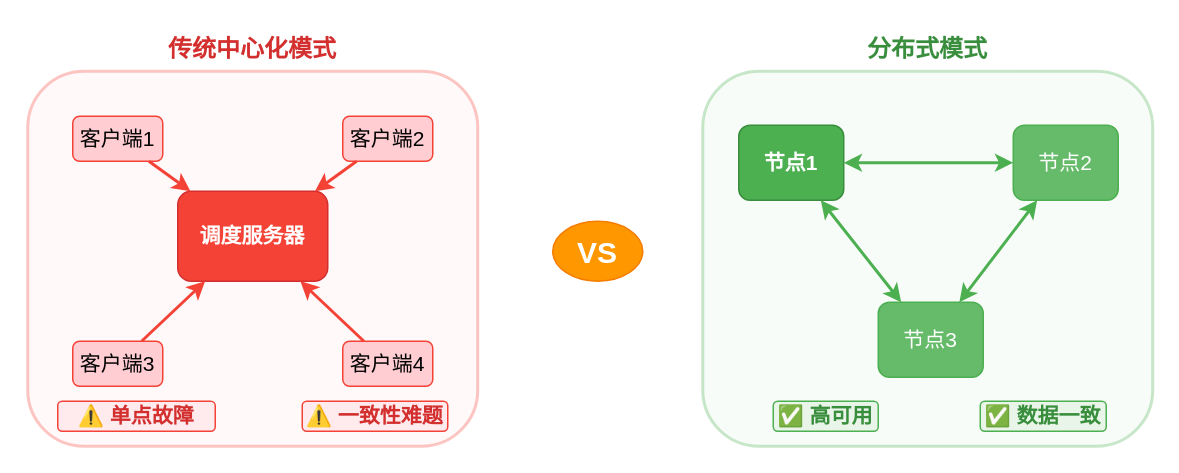
Above: projects/PPT-项目背景.drawio in hanzug/draw.io (draw.io), before the change. Source tidied: cells renumbered, new cells numbered last; positions are measured from the earlier drawing's top-left corner, leaving out a move shared by most shapes. Both pictures are drawn from the tidied source at 150%, with x=0, y=0 at pixel (27, 26).
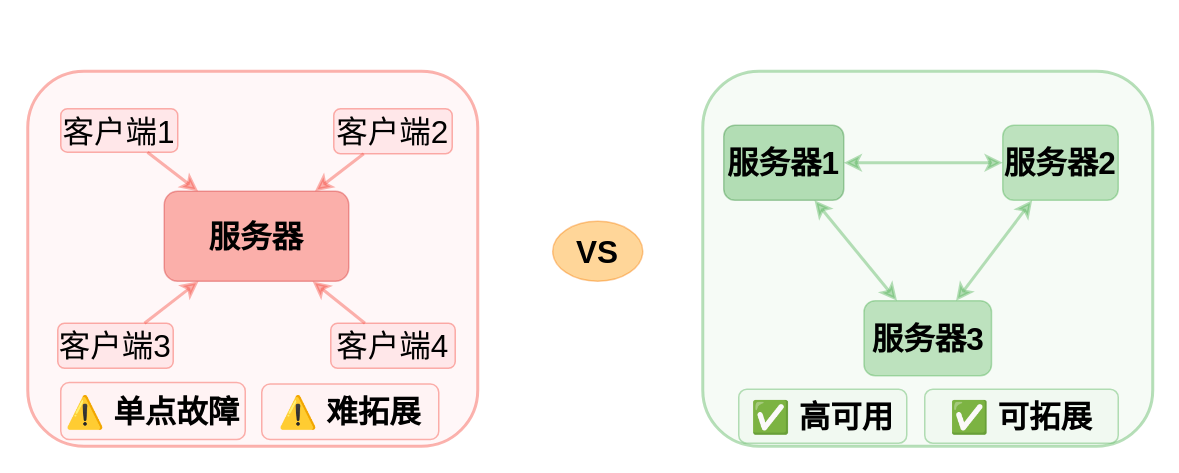
The same diagram, later.

Commit message:
更新PPT-项目背景.drawio

What changed in the source:
```diff
@@
-    <mxCell id="2" style="rounded=1;whiteSpace=wrap;html=1;fillColor=#ffebee;strokeColor=#f44336;strokeWidth=2;opacity=30;fontSize=14;" parent="1" vertex="1">
+    <mxCell id="2" style="rounded=1;whiteSpace=wrap;html=1;fillColor=#ffebee;strokeColor=#f44336;strokeWidth=2;fontSize=21;fontColor=#000000;opacity=40;" parent="1" vertex="1">
       <mxGeometry y="30" width="300" height="250" as="geometry" />
     </mxCell>
-    <mxCell id="3" style="rounded=1;whiteSpace=wrap;html=1;fillColor=#e8f5e8;strokeColor=#4caf50;strokeWidth=2;opacity=30;fontSize=14;" parent="1" vertex="1">
+    <mxCell id="3" style="rounded=1;whiteSpace=wrap;html=1;fillColor=#e8f5e8;strokeColor=#4caf50;strokeWidth=2;fontSize=21;fontColor=#000000;opacity=40;" parent="1" vertex="1">
       <mxGeometry x="450" y="30" width="300" height="250" as="geometry" />
     </mxCell>
-    <mxCell id="4" value="传统中心化模式" style="text;html=1;strokeColor=none;fillColor=none;align=center;verticalAlign=middle;whiteSpace=wrap;rounded=0;fontSize=16;fontStyle=1;fontColor=#d32f2f;" parent="1" vertex="1">
-      <mxGeometry width="300" height="30" as="geometry" />
-    </mxCell>
-    <mxCell id="5" value="分布式模式" style="text;html=1;strokeColor=none;fillColor=none;align=center;verticalAlign=middle;whiteSpace=wrap;rounded=0;fontSize=16;fontStyle=1;fontColor=#388e3c;" parent="1" vertex="1">
-      <mxGeometry x="450" width="300" height="30" as="geometry" />
-    </mxCell>
-    <mxCell id="6" value="VS" style="ellipse;whiteSpace=wrap;html=1;fillColor=#ff9800;strokeColor=#f57c00;fontSize=20;fontStyle=1;fontColor=white;" parent="1" vertex="1">
+    <mxCell id="6" value="VS" style="ellipse;whiteSpace=wrap;html=1;fillColor=#ff9800;strokeColor=#f57c00;fontSize=21;fontStyle=1;fontColor=#000000;opacity=40;" parent="1" vertex="1">
       <mxGeometry x="350" y="130" width="60" height="40" as="geometry" />
     </mxCell>
-    <mxCell id="7" value="调度服务器" style="rounded=1;whiteSpace=wrap;html=1;fillColor=#f44336;strokeColor=#d32f2f;fontSize=14;fontColor=white;fontStyle=1;" parent="1" vertex="1">
-      <mxGeometry x="100" y="110" width="100" height="60" as="geometry" />
+    <mxCell id="7" value="服务器" style="rounded=1;whiteSpace=wrap;html=1;fillColor=#f44336;strokeColor=#d32f2f;fontSize=21;fontColor=#000000;fontStyle=1;opacity=40;" parent="1" vertex="1">
+      <mxGeometry x="91" y="110" width="123" height="60" as="geometry" />
     </mxCell>
-    <mxCell id="8" value="客户端1" style="rounded=1;whiteSpace=wrap;html=1;fillColor=#ffcdd2;strokeColor=#f44336;fontSize=14;" parent="1" vertex="1">
-      <mxGeometry x="30" y="60" width="60" height="30" as="geometry" />
+    <mxCell id="8" value="客户端1" style="rounded=1;whiteSpace=wrap;html=1;fillColor=#ffcdd2;strokeColor=#f44336;fontSize=21;fontColor=#000000;opacity=40;" parent="1" vertex="1">
+      <mxGeometry x="22" y="55" width="78" height="29" as="geometry" />
     </mxCell>
-    <mxCell id="9" value="客户端2" style="rounded=1;whiteSpace=wrap;html=1;fillColor=#ffcdd2;strokeColor=#f44336;fontSize=14;" parent="1" vertex="1">
-      <mxGeometry x="210" y="60" width="60" height="30" as="geometry" />
+    <mxCell id="9" value="客户端2" style="rounded=1;whiteSpace=wrap;html=1;fillColor=#ffcdd2;strokeColor=#f44336;fontSize=21;fontColor=#000000;opacity=40;" parent="1" vertex="1">
+      <mxGeometry x="204" y="55" width="79" height="30" as="geometry" />
     </mxCell>
-    <mxCell id="10" value="客户端3" style="rounded=1;whiteSpace=wrap;html=1;fillColor=#ffcdd2;strokeColor=#f44336;fontSize=14;" parent="1" vertex="1">
-      <mxGeometry x="30" y="210" width="60" height="30" as="geometry" />
+    <mxCell id="10" value="客户端3" style="rounded=1;whiteSpace=wrap;html=1;fillColor=#ffcdd2;strokeColor=#f44336;fontSize=21;fontColor=#000000;opacity=40;" parent="1" vertex="1">
+      <mxGeometry x="20" y="198" width="77" height="30" as="geometry" />
     </mxCell>
-    <mxCell id="11" value="客户端4" style="rounded=1;whiteSpace=wrap;html=1;fillColor=#ffcdd2;strokeColor=#f44336;fontSize=14;" parent="1" vertex="1">
-      <mxGeometry x="210" y="210" width="60" height="30" as="geometry" />
+    <mxCell id="11" value="客户端4" style="rounded=1;whiteSpace=wrap;html=1;fillColor=#ffcdd2;strokeColor=#f44336;fontSize=21;fontColor=#000000;opacity=40;" parent="1" vertex="1">
+      <mxGeometry x="202" y="198" width="83" height="30" as="geometry" />
     </mxCell>
-    <mxCell id="12" style="endArrow=classic;html=1;rounded=0;strokeColor=#f44336;strokeWidth=2;fontSize=14;" parent="1" edge="1" source="8" target="7">
+    <mxCell id="12" style="endArrow=classic;html=1;rounded=0;strokeColor=#f44336;strokeWidth=2;fontSize=21;fontColor=#000000;opacity=40;" parent="1" edge="1" source="8" target="7">
       <mxGeometry relative="1" as="geometry" />
     </mxCell>
-    <mxCell id="13" style="endArrow=classic;html=1;rounded=0;strokeColor=#f44336;strokeWidth=2;fontSize=14;" parent="1" edge="1" source="9" target="7">
+    <mxCell id="13" style="endArrow=classic;html=1;rounded=0;strokeColor=#f44336;strokeWidth=2;fontSize=21;fontColor=#000000;opacity=40;" parent="1" edge="1" source="9" target="7">
       <mxGeometry relative="1" as="geometry" />
     </mxCell>
-    <mxCell id="14" style="endArrow=classic;html=1;rounded=0;strokeColor=#f44336;strokeWidth=2;fontSize=14;" parent="1" edge="1" source="10" target="7">
+    <mxCell id="14" style="endArrow=classic;html=1;rounded=0;strokeColor=#f44336;strokeWidth=2;fontSize=21;fontColor=#000000;opacity=40;" parent="1" edge="1" source="10" target="7">
       <mxGeometry relative="1" as="geometry" />
     </mxCell>
-    <mxCell id="15" style="endArrow=classic;html=1;rounded=0;strokeColor=#f44336;strokeWidth=2;fontSize=14;" parent="1" edge="1" source="11" target="7">
+    <mxCell id="15" style="endArrow=classic;html=1;rounded=0;strokeColor=#f44336;strokeWidth=2;fontSize=21;fontColor=#000000;opacity=40;" parent="1" edge="1" source="11" target="7">
       <mxGeometry relative="1" as="geometry" />
     </mxCell>
-    <mxCell id="16" value="⚠️ 单点故障" style="text;html=1;strokeColor=#f44336;fillColor=#ffebee;align=center;verticalAlign=middle;whiteSpace=wrap;rounded=1;fontSize=14;fontColor=#d32f2f;fontStyle=1;" parent="1" vertex="1">
-      <mxGeometry x="20" y="250" width="105" height="20" as="geometry" />
+    <mxCell id="16" value="⚠️ 单点故障" style="text;html=1;strokeColor=#f44336;fillColor=#ffebee;align=center;verticalAlign=middle;whiteSpace=wrap;rounded=1;fontSize=21;fontColor=#000000;fontStyle=1;opacity=40;" parent="1" vertex="1">
+      <mxGeometry x="22" y="237.5" width="123" height="38" as="geometry" />
     </mxCell>
-    <mxCell id="17" value="⚠️ 一致性难题" style="text;html=1;strokeColor=#f44336;fillColor=#ffebee;align=center;verticalAlign=middle;whiteSpace=wrap;rounded=1;fontSize=14;fontColor=#d32f2f;fontStyle=1;" parent="1" vertex="1">
-      <mxGeometry x="183" y="250" width="97" height="20" as="geometry" />
+    <mxCell id="17" value="⚠️ 难拓展" style="text;html=1;strokeColor=#f44336;fillColor=#ffebee;align=center;verticalAlign=middle;whiteSpace=wrap;rounded=1;fontSize=21;fontColor=#000000;fontStyle=1;opacity=40;" parent="1" vertex="1">
+      <mxGeometry x="156" y="238.5" width="118" height="37" as="geometry" />
     </mxCell>
-    <mxCell id="18" value="节点1" style="rounded=1;whiteSpace=wrap;html=1;fillColor=#4caf50;strokeColor=#388e3c;fontSize=14;fontColor=white;fontStyle=1;" parent="1" vertex="1">
-      <mxGeometry x="474" y="66" width="70" height="50" as="geometry" />
+    <mxCell id="18" value="服务器1" style="rounded=1;whiteSpace=wrap;html=1;fillColor=#4caf50;strokeColor=#388e3c;fontSize=21;fontColor=#000000;fontStyle=1;opacity=40;" parent="1" vertex="1">
+      <mxGeometry x="464" y="66" width="80" height="50" as="geometry" />
     </mxCell>
-    <mxCell id="19" value="节点2" style="rounded=1;whiteSpace=wrap;html=1;fillColor=#66bb6a;strokeColor=#4caf50;fontSize=14;fontColor=white;" parent="1" vertex="1">
-      <mxGeometry x="657" y="66" width="70" height="50" as="geometry" />
+    <mxCell id="19" value="服务器2" style="rounded=1;whiteSpace=wrap;html=1;fillColor=#66bb6a;strokeColor=#4caf50;fontSize=21;fontColor=#000000;fontStyle=1;opacity=40;" parent="1" vertex="1">
+      <mxGeometry x="650" y="66" width="77" height="50" as="geometry" />
     </mxCell>
-    <mxCell id="20" value="节点3" style="rounded=1;whiteSpace=wrap;html=1;fillColor=#66bb6a;strokeColor=#4caf50;fontSize=14;fontColor=white;" parent="1" vertex="1">
-      <mxGeometry x="567" y="184" width="70" height="50" as="geometry" />
+    <mxCell id="20" value="服务器3" style="rounded=1;whiteSpace=wrap;html=1;fillColor=#66bb6a;strokeColor=#4caf50;fontSize=21;fontColor=#000000;fontStyle=1;opacity=40;" parent="1" vertex="1">
+      <mxGeometry x="557.5" y="183" width="85" height="50" as="geometry" />
     </mxCell>
-    <mxCell id="21" style="endArrow=classic;startArrow=classic;html=1;rounded=0;strokeColor=#4caf50;strokeWidth=2;fontSize=14;fontColor=#388e3c;" parent="1" edge="1" source="18" target="19">
+    <mxCell id="21" style="endArrow=classic;startArrow=classic;html=1;rounded=0;strokeColor=#4caf50;strokeWidth=2;fontSize=21;fontColor=#000000;opacity=40;" parent="1" edge="1" source="18" target="19">
       <mxGeometry relative="1" as="geometry" />
     </mxCell>
-    <mxCell id="22" style="endArrow=classic;startArrow=classic;html=1;rounded=0;strokeColor=#4caf50;strokeWidth=2;fontSize=14;fontColor=#388e3c;" parent="1" edge="1" source="18" target="20">
+    <mxCell id="22" style="endArrow=classic;startArrow=classic;html=1;rounded=0;strokeColor=#4caf50;strokeWidth=2;fontSize=21;fontColor=#000000;opacity=40;" parent="1" edge="1" source="18" target="20">
       <mxGeometry relative="1" as="geometry" />
     </mxCell>
-    <mxCell id="23" style="endArrow=classic;startArrow=classic;html=1;rounded=0;strokeColor=#4caf50;strokeWidth=2;fontSize=14;fontColor=#388e3c;" parent="1" edge="1" source="19" target="20">
+    <mxCell id="23" style="endArrow=classic;startArrow=classic;html=1;rounded=0;strokeColor=#4caf50;strokeWidth=2;fontSize=21;fontColor=#000000;opacity=40;" parent="1" edge="1" source="19" target="20">
       <mxGeometry relative="1" as="geometry" />
     </mxCell>
-    <mxCell id="24" value="✅ 高可用" style="text;html=1;strokeColor=#4caf50;fillColor=#e8f5e8;align=center;verticalAlign=middle;whiteSpace=wrap;rounded=1;fontSize=14;fontColor=#388e3c;fontStyle=1;" parent="1" vertex="1">
-      <mxGeometry x="497" y="250" width="70" height="20" as="geometry" />
+    <mxCell id="24" value="✅ 高可用" style="text;html=1;strokeColor=#4caf50;fillColor=#e8f5e8;align=center;verticalAlign=middle;whiteSpace=wrap;rounded=1;fontSize=21;fontColor=#000000;fontStyle=1;opacity=40;" parent="1" vertex="1">
+      <mxGeometry x="474" y="242" width="112" height="36" as="geometry" />
     </mxCell>
-    <mxCell id="25" value="✅ 数据一致" style="text;html=1;strokeColor=#4caf50;fillColor=#e8f5e8;align=center;verticalAlign=middle;whiteSpace=wrap;rounded=1;fontSize=14;fontColor=#388e3c;fontStyle=1;" parent="1" vertex="1">
-      <mxGeometry x="635" y="250" width="84" height="20" as="geometry" />
+    <mxCell id="25" value="✅ 可拓展" style="text;html=1;strokeColor=#4caf50;fillColor=#e8f5e8;align=center;verticalAlign=middle;whiteSpace=wrap;rounded=1;fontSize=21;fontColor=#000000;fontStyle=1;opacity=40;" parent="1" vertex="1">
+      <mxGeometry x="598" y="242" width="129" height="36" as="geometry" />
     </mxCell>
```
